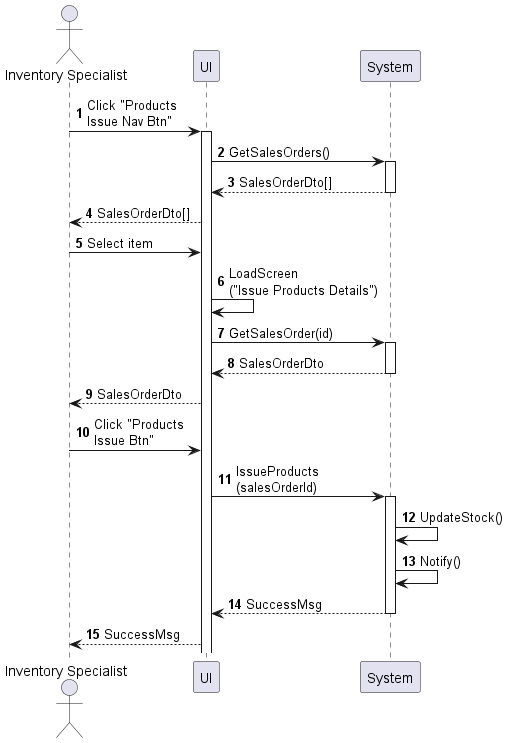
Earlier version of the PlantUML export sequences/inventory-product-issue.png (phihungha/scmss-reqs).
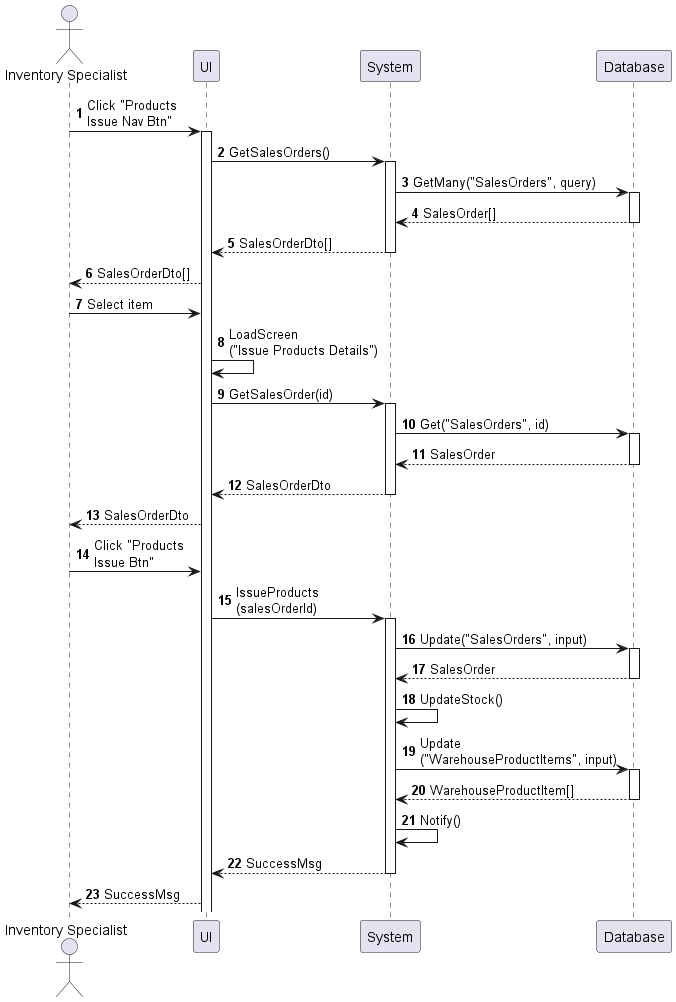
After the change.

Diff of the diagram source:
```diff
@@ -4,23 +4,36 @@
 actor "Inventory Specialist" as a
 participant UI as f
 participant System as b
+participant Database as d
 
 a -> f : Click "Products\nIssue Nav Btn"
 activate f
 f -> b : GetSalesOrders()
 activate b
+b -> d : GetMany("SalesOrders", query)
+activate d
+return SalesOrder[]
 return SalesOrderDto[]
 f --> a : SalesOrderDto[]
 a -> f : Select item
 f -> f : LoadScreen\n("Issue Products Details")
 f -> b : GetSalesOrder(id)
 activate b
+b -> d : Get("SalesOrders", id)
+activate d
+return SalesOrder
 return SalesOrderDto
 f --> a : SalesOrderDto
 a -> f : Click "Products\nIssue Btn"
 f -> b : IssueProducts\n(salesOrderId)
 activate b
+b -> d : Update("SalesOrders", input)
+activate d
+return SalesOrder
 b -> b : UpdateStock()
+b -> d : Update\n("WarehouseProductItems", input)
+activate d
+return WarehouseProductItem[]
 b -> b : Notify()
 return SuccessMsg
 f --> a : SuccessMsg
```
